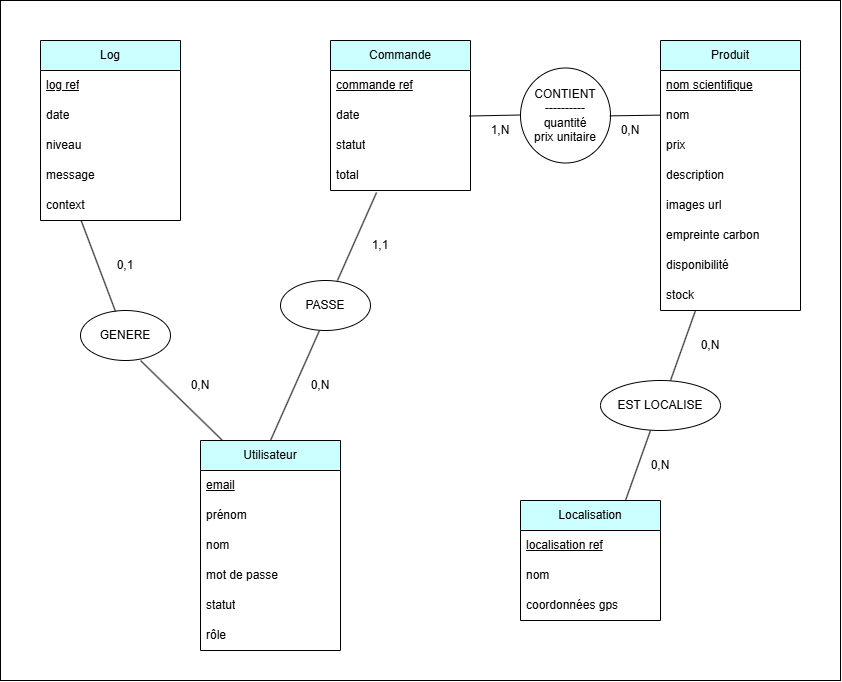
Salyarket/GreenRoots-Conception keeps this draw.io diagram as documents/Apothéose/merise/mcd/MCD_GreenRoots.drawio.png. Above is the earlier version. Source tidied: cells renumbered, new cells last; positions are measured from the earlier drawing's top-left corner, leaving out a move shared by most shapes.
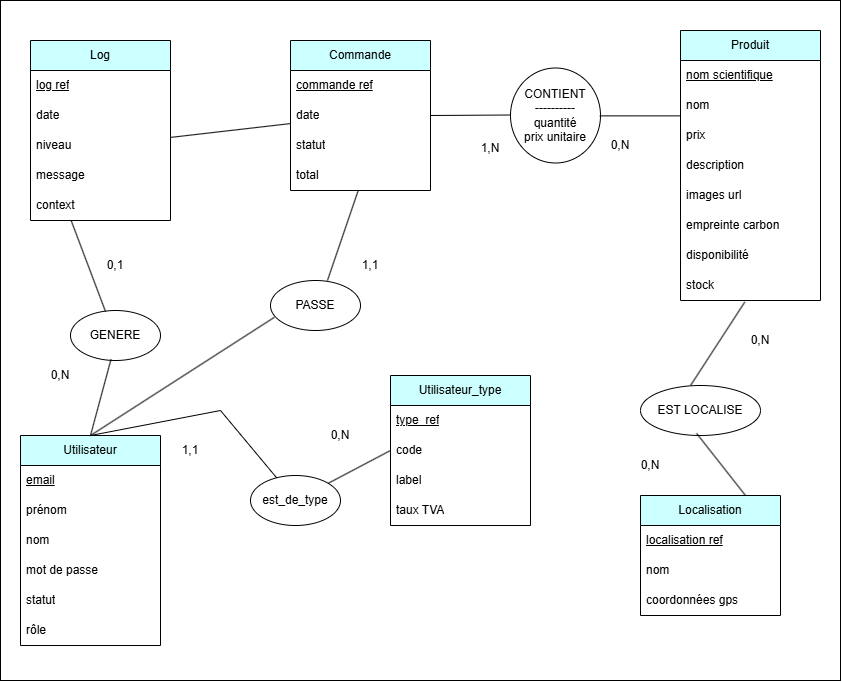
After the change.

Commit message:
modification mcd

Change to the diagram source:
```diff
@@ -3,10 +3,10 @@
     <mxCell id="0" />
     <mxCell id="1" parent="0" />
     <mxCell id="2" style="rounded=0;whiteSpace=wrap;html=1;" parent="1" vertex="1">
-      <mxGeometry width="840" height="680" as="geometry" />
+      <mxGeometry x="10" width="840" height="680" as="geometry" />
     </mxCell>
     <mxCell id="3" value="Utilisateur" style="swimlane;fontStyle=0;horizontal=1;startSize=30;whiteSpace=wrap;html=1;fillColor=#CCFFFF;" parent="1" vertex="1">
-      <mxGeometry x="200" y="440" width="140" height="210" as="geometry" />
+      <mxGeometry x="30" y="435" width="140" height="210" as="geometry" />
     </mxCell>
     <mxCell id="4" value="&lt;u&gt;email&lt;/u&gt;" style="text;strokeColor=none;fillColor=none;align=left;verticalAlign=middle;spacingLeft=4;spacingRight=4;overflow=hidden;whiteSpace=wrap;html=1;" parent="3" vertex="1">
       <mxGeometry y="30" width="140" height="30" as="geometry" />
@@ -27,7 +27,7 @@
       <mxGeometry y="180" width="140" height="30" as="geometry" />
     </mxCell>
     <mxCell id="10" value="Produit" style="swimlane;fontStyle=0;horizontal=1;startSize=30;whiteSpace=wrap;html=1;fillColor=#CCFFFF;" parent="1" vertex="1">
-      <mxGeometry x="660" y="40" width="140" height="270" as="geometry" />
+      <mxGeometry x="690" y="30" width="140" height="270" as="geometry" />
     </mxCell>
     <mxCell id="11" value="&lt;u&gt;nom scientifique&lt;/u&gt;" style="text;strokeColor=none;fillColor=none;align=left;verticalAlign=middle;spacingLeft=4;spacingRight=4;overflow=hidden;whiteSpace=wrap;html=1;" parent="10" vertex="1">
       <mxGeometry y="30" width="140" height="30" as="geometry" />
@@ -54,7 +54,7 @@
       <mxGeometry y="240" width="140" height="30" as="geometry" />
     </mxCell>
     <mxCell id="19" value="Localisation" style="swimlane;fontStyle=0;horizontal=1;startSize=30;whiteSpace=wrap;html=1;fillColor=#CCFFFF;" parent="1" vertex="1">
-      <mxGeometry x="520" y="500" width="140" height="120" as="geometry" />
+      <mxGeometry x="650" y="495" width="140" height="120" as="geometry" />
     </mxCell>
     <mxCell id="20" value="&lt;u&gt;localisation ref&lt;/u&gt;" style="text;strokeColor=none;fillColor=none;align=left;verticalAlign=middle;spacingLeft=4;spacingRight=4;overflow=hidden;whiteSpace=wrap;html=1;" parent="19" vertex="1">
       <mxGeometry y="30" width="140" height="30" as="geometry" />
@@ -66,7 +66,7 @@
       <mxGeometry y="90" width="140" height="30" as="geometry" />
     </mxCell>
     <mxCell id="23" value="Commande" style="swimlane;fontStyle=0;horizontal=1;startSize=30;whiteSpace=wrap;html=1;fillColor=#CCFFFF;" parent="1" vertex="1">
-      <mxGeometry x="330" y="40" width="140" height="150" as="geometry" />
+      <mxGeometry x="300" y="40" width="140" height="150" as="geometry" />
     </mxCell>
     <mxCell id="24" value="&lt;u&gt;commande ref&lt;/u&gt;" style="text;strokeColor=none;fillColor=none;align=left;verticalAlign=middle;spacingLeft=4;spacingRight=4;overflow=hidden;whiteSpace=wrap;html=1;" parent="23" vertex="1">
       <mxGeometry y="30" width="140" height="30" as="geometry" />
@@ -102,78 +102,101 @@
       <mxGeometry x="520" y="67.5" width="90" height="95" as="geometry" />
     </mxCell>
     <mxCell id="35" value="EST LOCALISE" style="ellipse;whiteSpace=wrap;html=1;" parent="1" vertex="1">
-      <mxGeometry x="600" y="380" width="120" height="50" as="geometry" />
+      <mxGeometry x="650" y="385" width="120" height="50" as="geometry" />
     </mxCell>
     <mxCell id="36" value="PASSE" style="ellipse;whiteSpace=wrap;html=1;" parent="1" vertex="1">
       <mxGeometry x="280" y="280" width="90" height="50" as="geometry" />
     </mxCell>
-    <mxCell id="37" style="endArrow=none;html=1;rounded=0;entryX=0.329;entryY=1.067;entryDx=0;entryDy=0;entryPerimeter=0;exitX=0.633;exitY=0;exitDx=0;exitDy=0;exitPerimeter=0;" parent="1" edge="1" source="36" target="27">
+    <mxCell id="37" style="endArrow=none;html=1;rounded=0;entryX=0.484;entryY=0.995;entryDx=0;entryDy=0;entryPerimeter=0;exitX=0.633;exitY=0;exitDx=0;exitDy=0;exitPerimeter=0;" parent="1" edge="1" source="36" target="27">
       <mxGeometry relative="1" as="geometry" />
     </mxCell>
-    <mxCell id="38" style="endArrow=none;html=1;rounded=0;exitX=0.75;exitY=0;exitDx=0;exitDy=0;" parent="1" edge="1" source="19">
-      <mxGeometry relative="1" as="geometry">
-        <mxPoint x="650" y="430" as="targetPoint" />
-      </mxGeometry>
+    <mxCell id="38" style="endArrow=none;html=1;rounded=0;exitX=0.75;exitY=0;exitDx=0;exitDy=0;entryX=0.467;entryY=0.956;entryDx=0;entryDy=0;entryPerimeter=0;" parent="1" edge="1" source="19" target="35">
+      <mxGeometry relative="1" as="geometry" />
     </mxCell>
-    <mxCell id="39" style="endArrow=none;html=1;rounded=0;exitX=0.75;exitY=0;exitDx=0;exitDy=0;" parent="1" edge="1">
-      <mxGeometry relative="1" as="geometry">
-        <mxPoint x="670" y="380" as="sourcePoint" />
-        <mxPoint x="695" y="310" as="targetPoint" />
-      </mxGeometry>
+    <mxCell id="39" style="endArrow=none;html=1;rounded=0;exitX=0.417;exitY=0;exitDx=0;exitDy=0;entryX=0.459;entryY=1.053;entryDx=0;entryDy=0;entryPerimeter=0;exitPerimeter=0;" parent="1" edge="1" source="35" target="18">
+      <mxGeometry relative="1" as="geometry" />
     </mxCell>
-    <mxCell id="40" style="endArrow=none;html=1;rounded=0;entryX=0.329;entryY=1.067;entryDx=0;entryDy=0;entryPerimeter=0;exitX=0.5;exitY=0;exitDx=0;exitDy=0;" parent="1" edge="1" source="3">
-      <mxGeometry relative="1" as="geometry">
-        <mxPoint x="319" y="330" as="targetPoint" />
-      </mxGeometry>
-    </mxCell>
-    <mxCell id="41" style="endArrow=none;html=1;rounded=0;entryX=0.008;entryY=0.585;entryDx=0;entryDy=0;entryPerimeter=0;" parent="1" edge="1">
+    <mxCell id="41" style="endArrow=none;html=1;rounded=0;entryX=0.001;entryY=0.846;entryDx=0;entryDy=0;entryPerimeter=0;" parent="1" edge="1" target="12">
       <mxGeometry relative="1" as="geometry">
         <mxPoint x="609.3" y="115.4" as="sourcePoint" />
-        <mxPoint x="660" y="114.6" as="targetPoint" />
       </mxGeometry>
     </mxCell>
-    <mxCell id="42" style="endArrow=none;html=1;rounded=0;entryX=0.008;entryY=0.585;entryDx=0;entryDy=0;entryPerimeter=0;" parent="1" edge="1">
+    <mxCell id="42" style="endArrow=none;html=1;rounded=0;entryX=0.008;entryY=0.585;entryDx=0;entryDy=0;entryPerimeter=0;exitX=1;exitY=0.5;exitDx=0;exitDy=0;" parent="1" edge="1" source="23">
       <mxGeometry relative="1" as="geometry">
-        <mxPoint x="469" y="115.5" as="sourcePoint" />
         <mxPoint x="520" y="114.5" as="targetPoint" />
       </mxGeometry>
     </mxCell>
     <mxCell id="43" value="GENERE" style="ellipse;whiteSpace=wrap;html=1;" parent="1" vertex="1">
       <mxGeometry x="80" y="310" width="90" height="50" as="geometry" />
     </mxCell>
-    <mxCell id="44" style="endArrow=none;html=1;rounded=0;exitX=0.157;exitY=0;exitDx=0;exitDy=0;exitPerimeter=0;" parent="1" edge="1" source="3">
-      <mxGeometry relative="1" as="geometry">
-        <mxPoint x="140" y="360" as="targetPoint" />
-      </mxGeometry>
+    <mxCell id="44" style="endArrow=none;html=1;rounded=0;exitX=0.5;exitY=0;exitDx=0;exitDy=0;entryX=0.45;entryY=0.977;entryDx=0;entryDy=0;entryPerimeter=0;" parent="1" edge="1" source="3" target="43">
+      <mxGeometry relative="1" as="geometry" />
     </mxCell>
     <mxCell id="45" style="endArrow=none;html=1;rounded=0;exitX=0.389;exitY=0.04;exitDx=0;exitDy=0;exitPerimeter=0;entryX=0.29;entryY=0.996;entryDx=0;entryDy=0;entryPerimeter=0;" parent="1" edge="1" target="33">
       <mxGeometry relative="1" as="geometry">
         <mxPoint x="115" y="311" as="sourcePoint" />
       </mxGeometry>
     </mxCell>
-    <mxCell id="46" value="0,N" style="text;html=1;align=center;verticalAlign=middle;whiteSpace=wrap;rounded=0;" parent="1" vertex="1">
-      <mxGeometry x="290" y="370" width="60" height="30" as="geometry" />
-    </mxCell>
     <mxCell id="47" value="1,1" style="text;html=1;align=center;verticalAlign=middle;whiteSpace=wrap;rounded=0;" parent="1" vertex="1">
-      <mxGeometry x="350" y="230" width="60" height="30" as="geometry" />
+      <mxGeometry x="350" y="250" width="60" height="30" as="geometry" />
     </mxCell>
     <mxCell id="48" value="0,N" style="text;html=1;align=center;verticalAlign=middle;whiteSpace=wrap;rounded=0;" parent="1" vertex="1">
-      <mxGeometry x="680" y="330" width="60" height="30" as="geometry" />
+      <mxGeometry x="740" y="325" width="60" height="30" as="geometry" />
     </mxCell>
     <mxCell id="49" value="0,N" style="text;html=1;align=center;verticalAlign=middle;whiteSpace=wrap;rounded=0;" parent="1" vertex="1">
       <mxGeometry x="630" y="450" width="60" height="30" as="geometry" />
     </mxCell>
     <mxCell id="50" value="0,N" style="text;html=1;align=center;verticalAlign=middle;whiteSpace=wrap;rounded=0;" parent="1" vertex="1">
-      <mxGeometry x="170" y="370" width="60" height="30" as="geometry" />
+      <mxGeometry x="40" y="360" width="60" height="30" as="geometry" />
     </mxCell>
     <mxCell id="51" value="0,1" style="text;html=1;align=center;verticalAlign=middle;whiteSpace=wrap;rounded=0;" parent="1" vertex="1">
       <mxGeometry x="95" y="250" width="60" height="30" as="geometry" />
     </mxCell>
     <mxCell id="52" value="0,N" style="text;html=1;align=center;verticalAlign=middle;whiteSpace=wrap;rounded=0;" parent="1" vertex="1">
-      <mxGeometry x="600" y="115" width="60" height="30" as="geometry" />
+      <mxGeometry x="600" y="130" width="60" height="30" as="geometry" />
     </mxCell>
     <mxCell id="53" value="1,N" style="text;html=1;align=center;verticalAlign=middle;whiteSpace=wrap;rounded=0;" parent="1" vertex="1">
-      <mxGeometry x="470" y="115" width="60" height="30" as="geometry" />
+      <mxGeometry x="470" y="130" width="60" height="35" as="geometry" />
     </mxCell>
+    <mxCell id="54" value="Utilisateur_type" style="swimlane;fontStyle=0;horizontal=1;startSize=30;whiteSpace=wrap;html=1;fillColor=#CCFFFF;" parent="1" vertex="1">
+      <mxGeometry x="400" y="375" width="140" height="150" as="geometry" />
+    </mxCell>
+    <mxCell id="55" value="&lt;u&gt;type_ref&lt;/u&gt;" style="text;strokeColor=none;fillColor=none;align=left;verticalAlign=middle;spacingLeft=4;spacingRight=4;overflow=hidden;whiteSpace=wrap;html=1;" parent="54" vertex="1">
+      <mxGeometry y="30" width="140" height="30" as="geometry" />
+    </mxCell>
+    <mxCell id="56" value="code" style="text;strokeColor=none;fillColor=none;align=left;verticalAlign=middle;spacingLeft=4;spacingRight=4;overflow=hidden;points=[[0,0.5],[1,0.5]];portConstraint=eastwest;whiteSpace=wrap;html=1;" parent="54" vertex="1">
+      <mxGeometry y="60" width="140" height="30" as="geometry" />
+    </mxCell>
+    <mxCell id="57" value="label" style="text;strokeColor=none;fillColor=none;align=left;verticalAlign=middle;spacingLeft=4;spacingRight=4;overflow=hidden;whiteSpace=wrap;html=1;" parent="54" vertex="1">
+      <mxGeometry y="90" width="140" height="30" as="geometry" />
+    </mxCell>
+    <mxCell id="58" value="taux TVA" style="text;strokeColor=none;fillColor=none;align=left;verticalAlign=middle;spacingLeft=4;spacingRight=4;overflow=hidden;whiteSpace=wrap;html=1;" parent="54" vertex="1">
+      <mxGeometry y="120" width="140" height="30" as="geometry" />
+    </mxCell>
+    <mxCell id="59" value="1,1" style="text;html=1;align=center;verticalAlign=middle;whiteSpace=wrap;rounded=0;" parent="1" vertex="1">
+      <mxGeometry x="170" y="435" width="60" height="30" as="geometry" />
+    </mxCell>
+    <mxCell id="60" style="edgeStyle=none;html=1;rounded=0;curved=0;strokeColor=default;endArrow=none;endFill=0;entryX=0;entryY=0.5;entryDx=0;entryDy=0;" parent="1" edge="1" source="61" target="56">
+      <mxGeometry relative="1" as="geometry" />
+    </mxCell>
+    <mxCell id="61" value="est_de_type" style="ellipse;whiteSpace=wrap;html=1;" parent="1" vertex="1">
+      <mxGeometry x="260" y="475" width="90" height="50" as="geometry" />
+    </mxCell>
+    <mxCell id="46" value="0,N" style="text;html=1;align=center;verticalAlign=middle;whiteSpace=wrap;rounded=0;" parent="1" vertex="1">
+      <mxGeometry x="320" y="420" width="60" height="30" as="geometry" />
+    </mxCell>
+    <mxCell id="62" style="edgeStyle=none;html=1;endArrow=none;endFill=0;" parent="1" edge="1" source="25" target="31">
+      <mxGeometry relative="1" as="geometry" />
+    </mxCell>
+    <mxCell id="63" style="edgeStyle=none;html=1;rounded=0;curved=0;strokeColor=default;endArrow=none;endFill=0;exitX=0.5;exitY=0;exitDx=0;exitDy=0;" parent="1" edge="1" source="3" target="61">
+      <mxGeometry relative="1" as="geometry">
+        <Array as="points">
+          <mxPoint x="230" y="410" />
+        </Array>
+      </mxGeometry>
+    </mxCell>
+    <mxCell id="64" style="endArrow=none;html=1;rounded=0;exitX=0.5;exitY=0;exitDx=0;exitDy=0;entryX=0.044;entryY=0.735;entryDx=0;entryDy=0;entryPerimeter=0;" parent="1" edge="1" source="3" target="36">
+      <mxGeometry relative="1" as="geometry" />
+    </mxCell>
   </root>
 </mxGraphModel>
```
